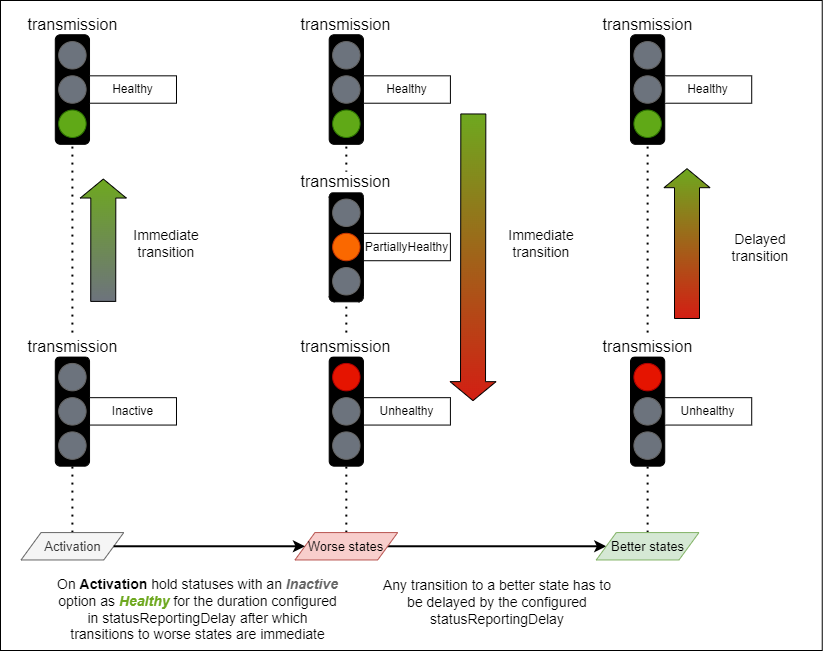
This is docs/images/status-reporting-delay.png from AMWA-TV/bcp-008-02, a draw.io export, as it was before one commit. Source tidied: cells renumbered, new cells last; positions are measured from the earlier drawing's top-left corner, leaving out a move shared by most shapes.
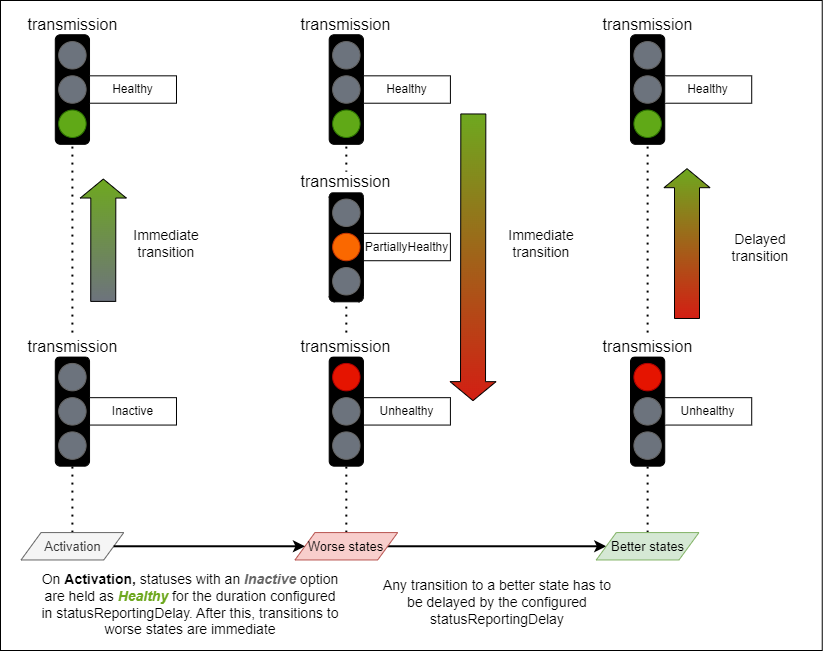
After the commit.

Diff of the diagram source:
```diff
@@ -107,9 +107,6 @@
     <mxCell id="35" style="endArrow=classic;html=1;rounded=0;exitX=1;exitY=0.5;exitDx=0;exitDy=0;entryX=0;entryY=0.5;entryDx=0;entryDy=0;strokeWidth=2;" parent="1" edge="1" source="18" target="34">
       <mxGeometry relative="1" as="geometry" />
     </mxCell>
-    <mxCell id="36" value="On &lt;b&gt;Activation &lt;/b&gt;hold statuses with an &lt;font color=&quot;#666666&quot;&gt;&lt;b&gt;&lt;i&gt;Inactive &lt;/i&gt;&lt;/b&gt;&lt;/font&gt;option as &lt;font color=&quot;#6ea81f&quot;&gt;&lt;i&gt;&lt;b&gt;Healthy&lt;/b&gt; &lt;/i&gt;&lt;/font&gt;for the duration configured in statusReportingDelay after which transitions to worse states are immediate" style="text;html=1;align=center;verticalAlign=middle;whiteSpace=wrap;rounded=0;fontSize=14;" parent="1" vertex="1">
-      <mxGeometry x="54.8" y="568.4" width="285.2" height="81.6" as="geometry" />
-    </mxCell>
     <mxCell id="37" style="shape=flexArrow;endArrow=classic;html=1;rounded=0;width=25;entryX=0.637;entryY=0.605;entryDx=0;entryDy=0;entryPerimeter=0;fillColor=#6ea81f;gradientColor=#d31e13;" parent="1" edge="1">
       <mxGeometry relative="1" as="geometry">
         <mxPoint x="472.8" y="113" as="sourcePoint" />
@@ -188,5 +185,8 @@
     <mxCell id="60" value="Delayed transition" style="text;html=1;align=center;verticalAlign=middle;whiteSpace=wrap;rounded=0;fontSize=14;" parent="1" vertex="1">
       <mxGeometry x="705.3" y="236.2" width="109.6" height="20.5" as="geometry" />
     </mxCell>
+    <mxCell id="61" value="&lt;font&gt;On &lt;b&gt;Activation,&amp;nbsp;&lt;/b&gt;statuses with an &lt;font color=&quot;#666666&quot;&gt;&lt;b&gt;&lt;i&gt;Inactive &lt;/i&gt;&lt;/b&gt;&lt;/font&gt;option are held as &lt;font color=&quot;#6ea81f&quot;&gt;&lt;i&gt;&lt;b&gt;Healthy&lt;/b&gt; &lt;/i&gt;&lt;/font&gt;for the duration configured in statusReportingDelay. After this, transitions to worse states are immediate&lt;/font&gt;" style="text;html=1;align=center;verticalAlign=middle;whiteSpace=wrap;rounded=0;fontSize=14;" parent="1" vertex="1">
+      <mxGeometry x="40" y="568.4" width="300" height="71.6" as="geometry" />
+    </mxCell>
   </root>
 </mxGraphModel>
```
